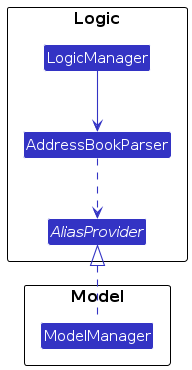
AY2526S1-CS2103T-T17-2/tp keeps this PlantUML diagram as diagrams/AliasProviderClassDiagram.png. Above is the earlier version. Its source is kept beside it as diagrams/AliasProviderClassDiagram.puml. Its diagram source:
```plantuml
@startuml
!include style.puml
skinparam arrowThickness 1.1
skinparam arrowColor LOGIC_COLOR
skinparam classBackgroundColor LOGIC_COLOR

package "Logic" as LogicPackage {

class LogicManager
class AddressBookParser
interface AliasProvider

}

package "Model" as ModelPackage {
class ModelManager
}

LogicManager --> AddressBookParser
AddressBookParser ..> AliasProvider
ModelManager .up.|> AliasProvider

@enduml
```
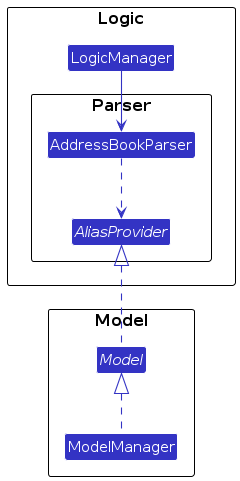
After the change.

What changed in the source:
```diff
@@ -5,19 +5,27 @@
 skinparam classBackgroundColor LOGIC_COLOR
 
 package "Logic" as LogicPackage {
+    class LogicManager
 
-class LogicManager
-class AddressBookParser
-interface AliasProvider
-
+    package "Parser" as ParserPackage {
+        class AddressBookParser
+        interface AliasProvider
+    }
 }
 
 package "Model" as ModelPackage {
-class ModelManager
+    interface Model
+    class ModelManager
 }
 
+
 LogicManager --> AddressBookParser
+
+
 AddressBookParser ..> AliasProvider
-ModelManager .up.|> AliasProvider
+
+Model .up.|> AliasProvider
+
+ModelManager .up.|> Model
 
 @enduml
```
